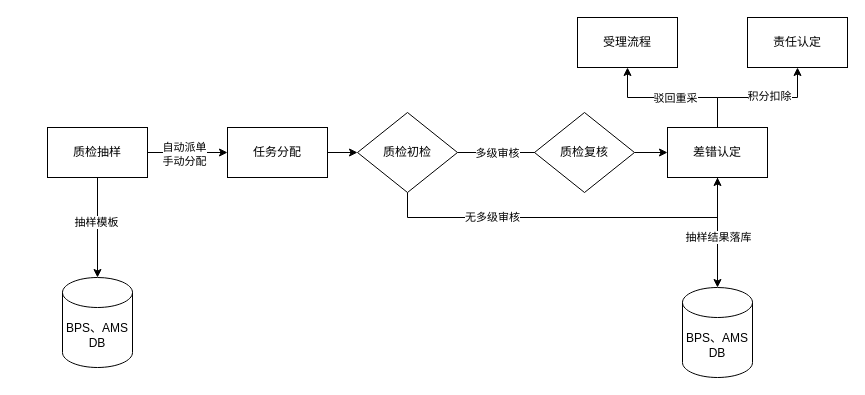
This is 档案质检.drawio from ching7/diagrams, a draw.io file, before an edit. Source tidied: cells renumbered, new cells numbered last; positions are measured from the earlier drawing's top-left corner, leaving out a move shared by most shapes. Both pictures are drawn from the tidied source at 100%, with x=0, y=0 at pixel (47, 17).
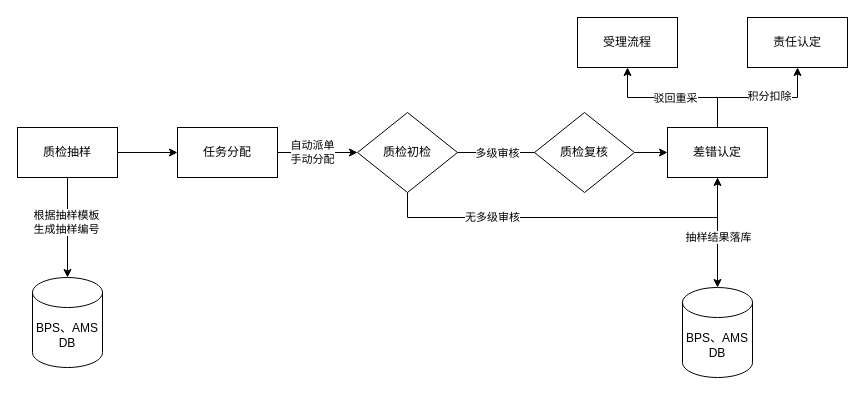
Above is the later version.

Commit message (it also covers changes not shown here):
更新档案质检.drawio

The change refers to these unchanged cells:
```xml
<mxCell id="3" style="edgeStyle=orthogonalEdgeStyle;rounded=0;jettySize=auto;html=1;entryX=0.5;entryY=0;entryDx=0;entryDy=0;entryPerimeter=0;" parent="1" edge="1" source="7" target="2">
  <mxGeometry relative="1" as="geometry" />
</mxCell>
<mxCell id="5" style="edgeStyle=orthogonalEdgeStyle;rounded=0;jettySize=auto;html=1;entryX=0;entryY=0.5;entryDx=0;entryDy=0;" parent="1" edge="1" source="7" target="9">
  <mxGeometry relative="1" as="geometry" />
</mxCell>
<mxCell id="8" style="edgeStyle=orthogonalEdgeStyle;rounded=0;jettySize=auto;html=1;entryX=0;entryY=0.5;entryDx=0;entryDy=0;" parent="1" edge="1" source="9" target="23">
  <mxGeometry relative="1" as="geometry" />
</mxCell>
```

Diff of the diagram source:
```diff
@@
     <mxCell id="2" value="BPS、AMS&lt;br&gt;DB" style="shape=cylinder3;whiteSpace=wrap;html=1;boundedLbl=1;backgroundOutline=1;size=15;" parent="1" vertex="1">
-      <mxGeometry x="15" y="260" width="70" height="90" as="geometry" />
+      <mxGeometry x="-15" y="260" width="70" height="90" as="geometry" />
     </mxCell>
@@
-    <mxCell id="4" value="抽样模板" style="edgeLabel;html=1;align=center;verticalAlign=middle;" parent="3" vertex="1">
+    <mxCell id="4" value="根据抽样模板&lt;br&gt;生成抽样编号" style="edgeLabel;html=1;align=center;verticalAlign=middle;" parent="3" vertex="1">
       <mxGeometry x="-0.13" y="-2" relative="1" as="geometry" />
     </mxCell>
@@
-    <mxCell id="6" value="自动派单&lt;br&gt;手动分配" style="edgeLabel;html=1;align=center;verticalAlign=middle;" parent="5" vertex="1">
-      <mxGeometry x="-0.1" y="-1" relative="1" as="geometry" />
-    </mxCell>
     <mxCell id="7" value="质检抽样" style="rounded=0;whiteSpace=wrap;html=1;" parent="1" vertex="1">
-      <mxGeometry y="110" width="100" height="50" as="geometry" />
+      <mxGeometry x="-30" y="110" width="100" height="50" as="geometry" />
     </mxCell>
@@
+    <mxCell id="6" value="自动派单&lt;br&gt;手动分配" style="edgeLabel;html=1;align=center;verticalAlign=middle;" parent="8" vertex="1">
+      <mxGeometry x="-0.16" relative="1" as="geometry">
+        <mxPoint y="-1" as="offset" />
+      </mxGeometry>
+    </mxCell>
     <mxCell id="9" value="任务分配" style="rounded=0;whiteSpace=wrap;html=1;" parent="1" vertex="1">
-      <mxGeometry x="180" y="110" width="100" height="50" as="geometry" />
+      <mxGeometry x="130" y="110" width="100" height="50" as="geometry" />
     </mxCell>
```
